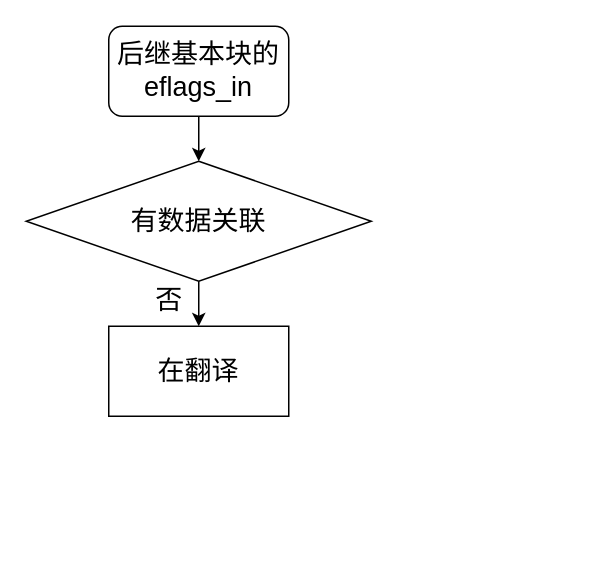
Earlier version of the draw.io diagram page "第 49 页" (48 of 49) of lajit.drawio (ganjue66da/ganjue66da). Source tidied: cells renumbered, new cells numbered last; positions are measured from the earlier drawing's top-left corner, leaving out a move shared by most shapes. Both pictures are drawn from the tidied source at 150%, with x=0, y=0 at pixel (26, 26).
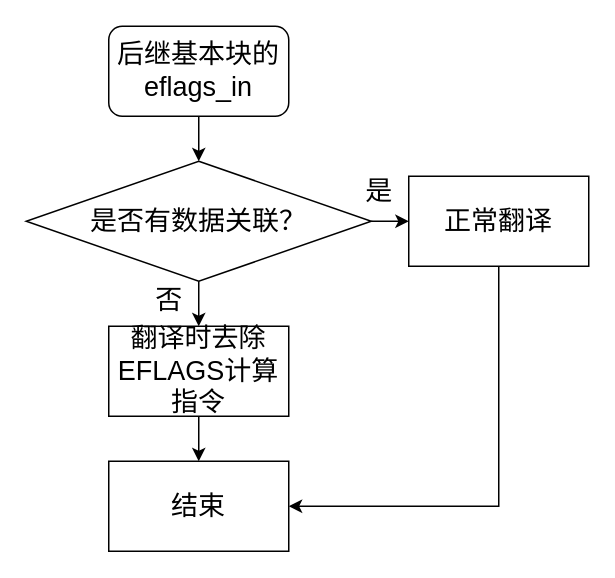
The same diagram, later.

What changed in the source:
```diff
@@
 <mxGraphModel>
   <root>
     <mxCell id="0" />
     <mxCell id="1" parent="0" />
     <mxCell id="2" style="edgeStyle=orthogonalEdgeStyle;rounded=0;jettySize=auto;html=1;" parent="1" edge="1" source="3" target="5">
       <mxGeometry relative="1" as="geometry" />
     </mxCell>
     <mxCell id="3" value="&lt;font style=&quot;font-size: 18px;&quot;&gt;后继基本块的eflags_in&lt;/font&gt;" style="rounded=1;whiteSpace=wrap;html=1;" parent="1" vertex="1">
       <mxGeometry x="55" width="120" height="60" as="geometry" />
     </mxCell>
     <mxCell id="4" style="edgeStyle=orthogonalEdgeStyle;rounded=0;jettySize=auto;html=1;" parent="1" edge="1" source="5" target="6">
       <mxGeometry relative="1" as="geometry" />
     </mxCell>
+    <mxCell id="8" style="edgeStyle=orthogonalEdgeStyle;rounded=0;jettySize=auto;html=1;" parent="1" edge="1" source="5" target="12">
+      <mxGeometry relative="1" as="geometry" />
+    </mxCell>
-    <mxCell id="5" value="有数据关联" style="rhombus;whiteSpace=wrap;html=1;fontSize=18;fillColor=none;" parent="1" vertex="1">
+    <mxCell id="5" value="是否有数据关联？" style="rhombus;whiteSpace=wrap;html=1;fontSize=18;fillColor=none;" parent="1" vertex="1">
       <mxGeometry y="90" width="230" height="80" as="geometry" />
     </mxCell>
+    <mxCell id="9" style="edgeStyle=orthogonalEdgeStyle;rounded=0;jettySize=auto;html=1;" parent="1" edge="1" source="6" target="10">
+      <mxGeometry relative="1" as="geometry" />
+    </mxCell>
-    <mxCell id="6" value="在翻译" style="whiteSpace=wrap;html=1;fontSize=18;fillColor=none;" parent="1" vertex="1">
+    <mxCell id="6" value="翻译时去除EFLAGS计算指令" style="whiteSpace=wrap;html=1;fontSize=18;fillColor=none;" parent="1" vertex="1">
       <mxGeometry x="55" y="200" width="120" height="60" as="geometry" />
     </mxCell>
     <mxCell id="7" value="&lt;font style=&quot;font-size: 18px;&quot;&gt;否&lt;/font&gt;" style="text;html=1;align=center;verticalAlign=middle;strokeColor=none;fillColor=none;" parent="1" vertex="1">
       <mxGeometry x="75" y="163" width="40" height="40" as="geometry" />
     </mxCell>
+    <mxCell id="10" value="结束" style="whiteSpace=wrap;html=1;fontSize=18;fillColor=none;" parent="1" vertex="1">
+      <mxGeometry x="55" y="290" width="120" height="60" as="geometry" />
+    </mxCell>
+    <mxCell id="11" style="edgeStyle=orthogonalEdgeStyle;rounded=0;jettySize=auto;html=1;exitX=0.5;exitY=1;exitDx=0;exitDy=0;entryX=1;entryY=0.5;entryDx=0;entryDy=0;" parent="1" edge="1" source="12" target="10">
+      <mxGeometry relative="1" as="geometry" />
+    </mxCell>
+    <mxCell id="12" value="正常翻译" style="whiteSpace=wrap;html=1;fontSize=18;fillColor=none;" parent="1" vertex="1">
+      <mxGeometry x="255" y="100" width="120" height="60" as="geometry" />
+    </mxCell>
+    <mxCell id="13" value="&lt;font style=&quot;font-size: 18px;&quot;&gt;是&lt;/font&gt;" style="text;html=1;align=center;verticalAlign=middle;strokeColor=none;fillColor=none;" parent="1" vertex="1">
+      <mxGeometry x="215" y="90" width="40" height="40" as="geometry" />
+    </mxCell>
   </root>
 </mxGraphModel>
```
